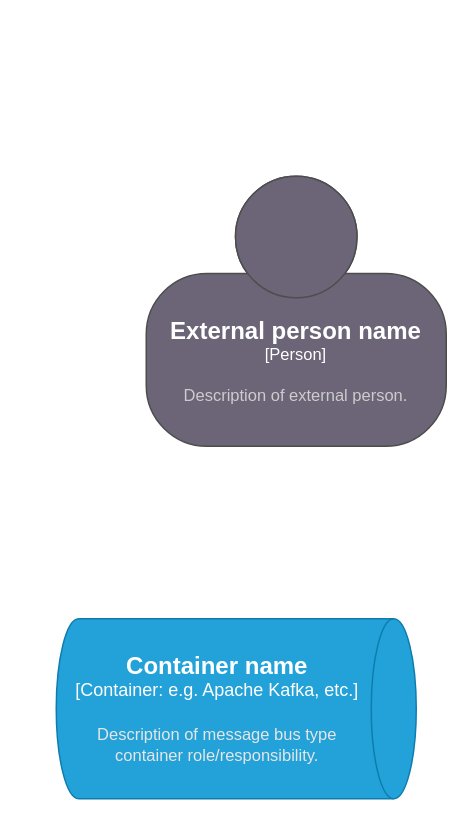
The draw.io diagram Untitled Diagram.drawio in t-vanbroekhoven/cherry, before the edit. Source tidied: cells renumbered, new cells numbered last; positions are measured from the earlier drawing's top-left corner, leaving out a move shared by most shapes. Both pictures are drawn from the tidied source at 150%, with x=0, y=0 at pixel (56, 176).
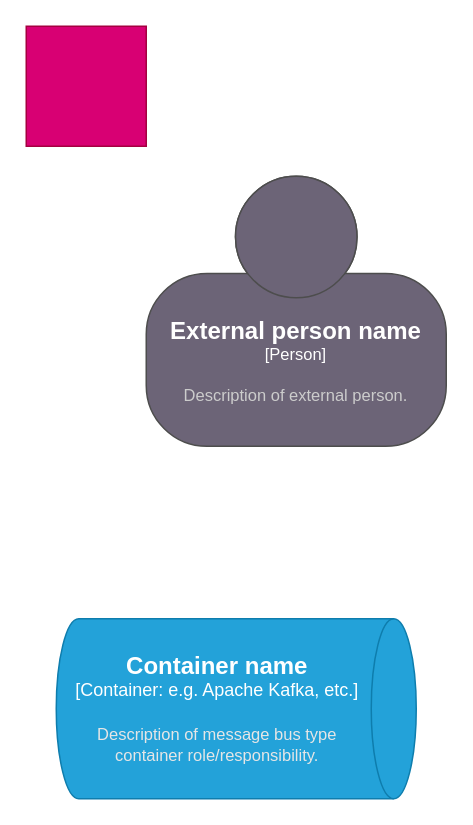
The same diagram, later.

Commit message:
Made a red square

Diff of the diagram source:
```diff
@@
 <mxGraphModel>
   <root>
     <mxCell id="0" />
     <mxCell id="1" parent="0" />
     <object id="2" label="&lt;font style=&quot;font-size: 16px&quot;&gt;&lt;b&gt;%c4Name%&lt;/b&gt;&lt;/font&gt;&lt;div&gt;[%c4Type%]&lt;/div&gt;&lt;br&gt;&lt;div&gt;&lt;font style=&quot;font-size: 11px&quot;&gt;&lt;font color=&quot;#cccccc&quot;&gt;%c4Description%&lt;/font&gt;&lt;/div&gt;" c4Description="Description of external person." c4Name="External person name" c4Type="Person" placeholders="1">
       <mxCell style="html=1;fontSize=11;dashed=0;whiteSpace=wrap;fillColor=#6C6477;strokeColor=#4D4D4D;fontColor=#ffffff;shape=mxgraph.c4.person2;align=center;" parent="1" vertex="1">
         <mxGeometry x="60" width="200" height="180" as="geometry" />
       </mxCell>
     </object>
     <object id="3" label="&lt;font style=&quot;font-size: 16px&quot;&gt;&lt;b&gt;%c4Type%&lt;/b&gt;&lt;/font&gt;&lt;div&gt;[%c4Container%:&amp;nbsp;%c4Technology%]&lt;/div&gt;&lt;br&gt;&lt;div&gt;&lt;font style=&quot;font-size: 11px&quot;&gt;&lt;font color=&quot;#E6E6E6&quot;&gt;%c4Description%&lt;/font&gt;&lt;/div&gt;" c4Container="Container" c4Description="Description of message bus type container role/responsibility." c4Technology="e.g. Apache Kafka, etc." c4Type="Container name" placeholders="1">
       <mxCell style="shape=cylinder3;size=15;direction=south;whiteSpace=wrap;html=1;boundedLbl=1;rounded=0;labelBackgroundColor=none;fillColor=#23A2D9;fontSize=12;fontColor=#ffffff;align=center;strokeColor=#0E7DAD;" parent="1" vertex="1">
         <mxGeometry y="295" width="240" height="120" as="geometry" />
       </mxCell>
     </object>
+    <mxCell id="4" style="whiteSpace=wrap;html=1;fillColor=#d80073;fontColor=#ffffff;strokeColor=#A50040;" parent="1" vertex="1">
+      <mxGeometry x="-20" y="-100" width="80" height="80" as="geometry" />
+    </mxCell>
   </root>
 </mxGraphModel>
```
